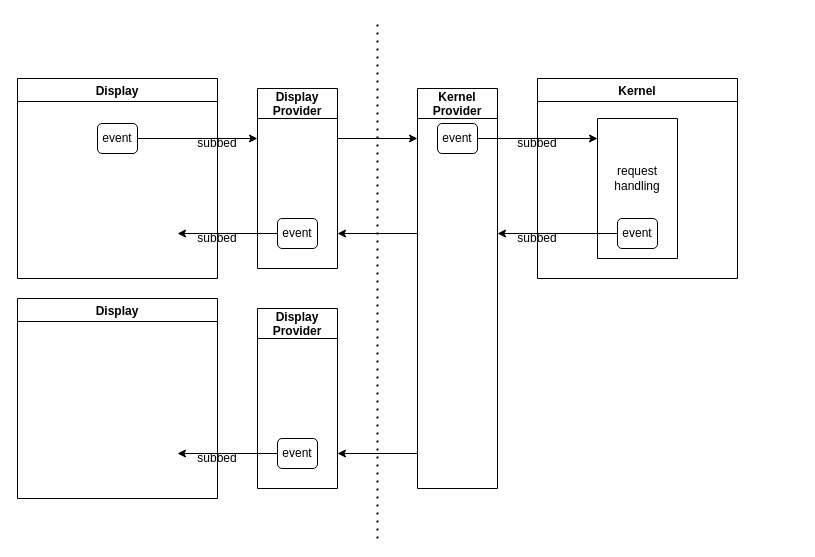
Earlier version of the draw.io diagram Assets/Resources/DataFlowChart.drawio (QuasiStellar/Edgecase). Source tidied: cells renumbered, new cells numbered last; positions are measured from the earlier drawing's top-left corner, leaving out a move shared by most shapes. Both pictures are drawn from the tidied source at 100%, with x=0, y=0 at pixel (17, 18).
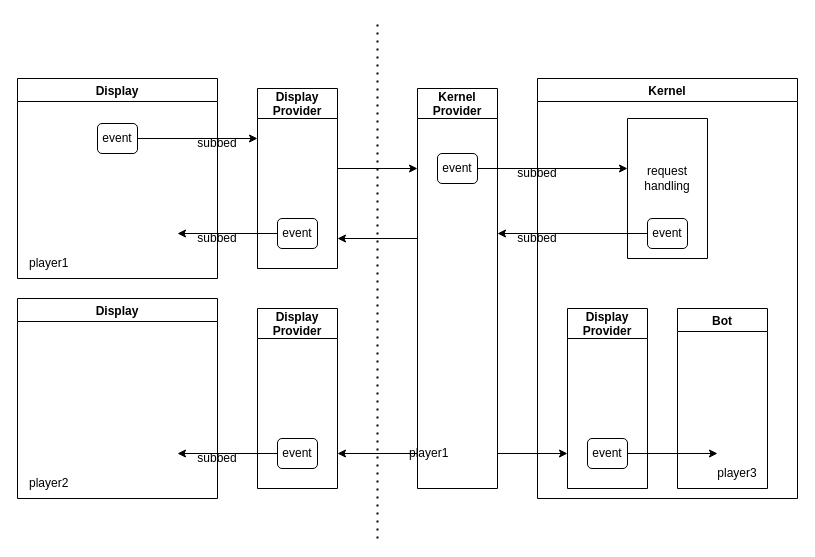
The same diagram, later.

Commit message:
Update flow chart with new architecture

The change refers to these unchanged cells:
```xml
<mxCell id="2" value="Display" style="swimlane;" parent="1" vertex="1">
  <mxGeometry y="60" width="200" height="200" as="geometry" />
</mxCell>
<mxCell id="18" value="Display" style="swimlane;" parent="1" vertex="1">
  <mxGeometry y="280" width="200" height="200" as="geometry" />
</mxCell>
```

The edit, as a diff of the source:
```diff
@@
+    <mxCell id="29" value="player1" style="text;html=1;strokeColor=none;fillColor=none;align=left;verticalAlign=middle;whiteSpace=wrap;rounded=0;" parent="2" vertex="1">
+      <mxGeometry x="10" y="170" width="60" height="30" as="geometry" />
+    </mxCell>
     <mxCell id="4" value="Kernel" style="swimlane;" parent="1" vertex="1">
-      <mxGeometry x="520" y="60" width="200" height="200" as="geometry" />
+      <mxGeometry x="520" y="60" width="260" height="420" as="geometry" />
     </mxCell>
-    <mxCell id="5" value="subbed" style="text;html=1;strokeColor=none;fillColor=none;align=center;verticalAlign=middle;whiteSpace=wrap;rounded=0;" parent="4" vertex="1">
-      <mxGeometry x="-30" y="50" width="60" height="30" as="geometry" />
-    </mxCell>
     <mxCell id="6" style="swimlane;startSize=0;" parent="4" vertex="1">
-      <mxGeometry x="60" y="40" width="80" height="140" as="geometry" />
+      <mxGeometry x="90" y="40" width="80" height="140" as="geometry" />
     </mxCell>
@@
+    <mxCell id="30" value="Display&#10;Provider" style="swimlane;startSize=30;" parent="4" vertex="1">
+      <mxGeometry x="30" y="230" width="80" height="180" as="geometry" />
+    </mxCell>
+    <mxCell id="31" value="event" style="rounded=1;whiteSpace=wrap;html=1;" parent="30" vertex="1">
+      <mxGeometry x="20" y="130" width="40" height="30" as="geometry" />
+    </mxCell>
+    <mxCell id="32" style="endArrow=classic;html=1;rounded=0;exitX=1;exitY=0.5;exitDx=0;exitDy=0;" parent="30" edge="1" source="31">
+      <mxGeometry relative="1" as="geometry">
+        <mxPoint x="150" y="145" as="targetPoint" />
+      </mxGeometry>
+    </mxCell>
+    <mxCell id="27" style="endArrow=classic;html=1;rounded=0;exitX=1;exitY=0.5;exitDx=0;exitDy=0;" parent="4" edge="1" source="14">
+      <mxGeometry relative="1" as="geometry">
+        <mxPoint x="90" y="90" as="targetPoint" />
+      </mxGeometry>
+    </mxCell>
+    <mxCell id="5" value="subbed" style="text;html=1;strokeColor=none;fillColor=none;align=center;verticalAlign=middle;whiteSpace=wrap;rounded=0;" parent="4" vertex="1">
+      <mxGeometry x="-30" y="80" width="60" height="30" as="geometry" />
+    </mxCell>
+    <mxCell id="28" value="subbed" style="text;html=1;strokeColor=none;fillColor=none;align=center;verticalAlign=middle;whiteSpace=wrap;rounded=0;" parent="4" vertex="1">
+      <mxGeometry x="-30" y="145" width="60" height="30" as="geometry" />
+    </mxCell>
+    <mxCell id="33" value="Bot" style="swimlane;" parent="4" vertex="1">
+      <mxGeometry x="140" y="230" width="90" height="180" as="geometry" />
+    </mxCell>
+    <mxCell id="34" value="player3" style="text;html=1;strokeColor=none;fillColor=none;align=center;verticalAlign=middle;whiteSpace=wrap;rounded=0;" parent="33" vertex="1">
+      <mxGeometry x="30" y="150" width="60" height="30" as="geometry" />
+    </mxCell>
@@
-    <mxCell id="13" value="Kernel&#10;Provider" style="swimlane;startSize=30;" parent="1" vertex="1">
-      <mxGeometry x="400" y="70" width="80" height="400" as="geometry" />
-    </mxCell>
-    <mxCell id="14" value="event" style="rounded=1;whiteSpace=wrap;html=1;" parent="13" vertex="1">
-      <mxGeometry x="20" y="35" width="40" height="30" as="geometry" />
-    </mxCell>
-    <mxCell id="15" style="endArrow=classic;html=1;rounded=0;" parent="13" edge="1">
-      <mxGeometry relative="1" as="geometry">
-        <mxPoint y="145" as="sourcePoint" />
-        <mxPoint x="-80" y="145" as="targetPoint" />
-      </mxGeometry>
-    </mxCell>
@@
+    <mxCell id="35" value="player2" style="text;html=1;strokeColor=none;fillColor=none;align=left;verticalAlign=middle;whiteSpace=wrap;rounded=0;" parent="18" vertex="1">
+      <mxGeometry x="10" y="170" width="60" height="30" as="geometry" />
+    </mxCell>
@@
     <mxCell id="26" style="endArrow=classic;html=1;rounded=0;" parent="1" edge="1">
       <mxGeometry relative="1" as="geometry">
-        <mxPoint x="320" y="120" as="sourcePoint" />
-        <mxPoint x="400" y="120" as="targetPoint" />
+        <mxPoint x="320" y="150" as="sourcePoint" />
+        <mxPoint x="400" y="150" as="targetPoint" />
       </mxGeometry>
     </mxCell>
-    <mxCell id="27" style="endArrow=classic;html=1;rounded=0;exitX=1;exitY=0.5;exitDx=0;exitDy=0;" parent="1" edge="1" source="14">
-      <mxGeometry relative="1" as="geometry">
-        <mxPoint x="580" y="120" as="targetPoint" />
-      </mxGeometry>
-    </mxCell>
-    <mxCell id="28" value="subbed" style="text;html=1;strokeColor=none;fillColor=none;align=center;verticalAlign=middle;whiteSpace=wrap;rounded=0;" parent="1" vertex="1">
-      <mxGeometry x="490" y="205" width="60" height="30" as="geometry" />
-    </mxCell>
+    <mxCell id="36" style="endArrow=classic;html=1;rounded=0;" parent="1" edge="1">
+      <mxGeometry relative="1" as="geometry">
+        <mxPoint x="480" y="435" as="sourcePoint" />
+        <mxPoint x="550" y="435" as="targetPoint" />
+      </mxGeometry>
+    </mxCell>
+    <mxCell id="13" value="Kernel&#10;Provider" style="swimlane;startSize=30;" parent="1" vertex="1">
+      <mxGeometry x="400" y="70" width="80" height="400" as="geometry" />
+    </mxCell>
+    <mxCell id="14" value="event" style="rounded=1;whiteSpace=wrap;html=1;" parent="13" vertex="1">
+      <mxGeometry x="20" y="65" width="40" height="30" as="geometry" />
+    </mxCell>
+    <mxCell id="37" value="player1" style="text;html=1;strokeColor=none;fillColor=none;align=left;verticalAlign=middle;whiteSpace=wrap;rounded=0;" parent="13" vertex="1">
+      <mxGeometry x="-10" y="350" width="60" height="30" as="geometry" />
+    </mxCell>
+    <mxCell id="15" style="endArrow=classic;html=1;rounded=0;" parent="1" edge="1">
+      <mxGeometry relative="1" as="geometry">
+        <mxPoint x="400" y="220" as="sourcePoint" />
+        <mxPoint x="320" y="220" as="targetPoint" />
+      </mxGeometry>
+    </mxCell>
```
